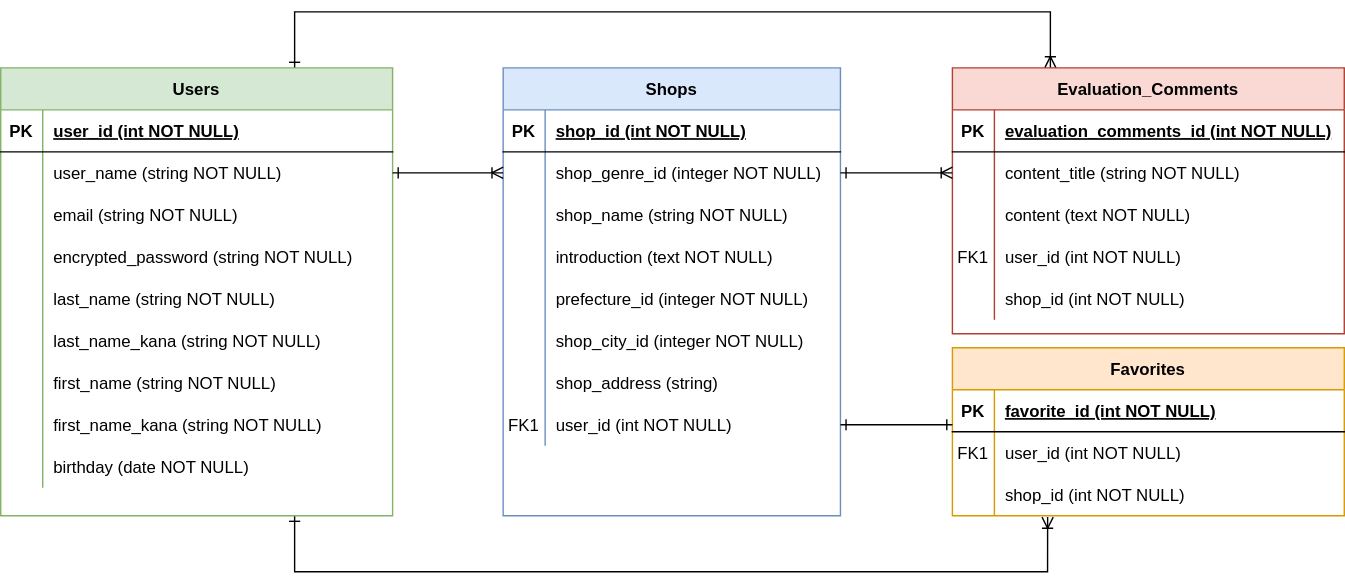
Before: osakawalker_er.drawio.svg, a diagram exported from draw.io (hso-sue/osakawalker). Source tidied: cells renumbered, new cells last; positions are measured from the earlier drawing's top-left corner, leaving out a move shared by most shapes.
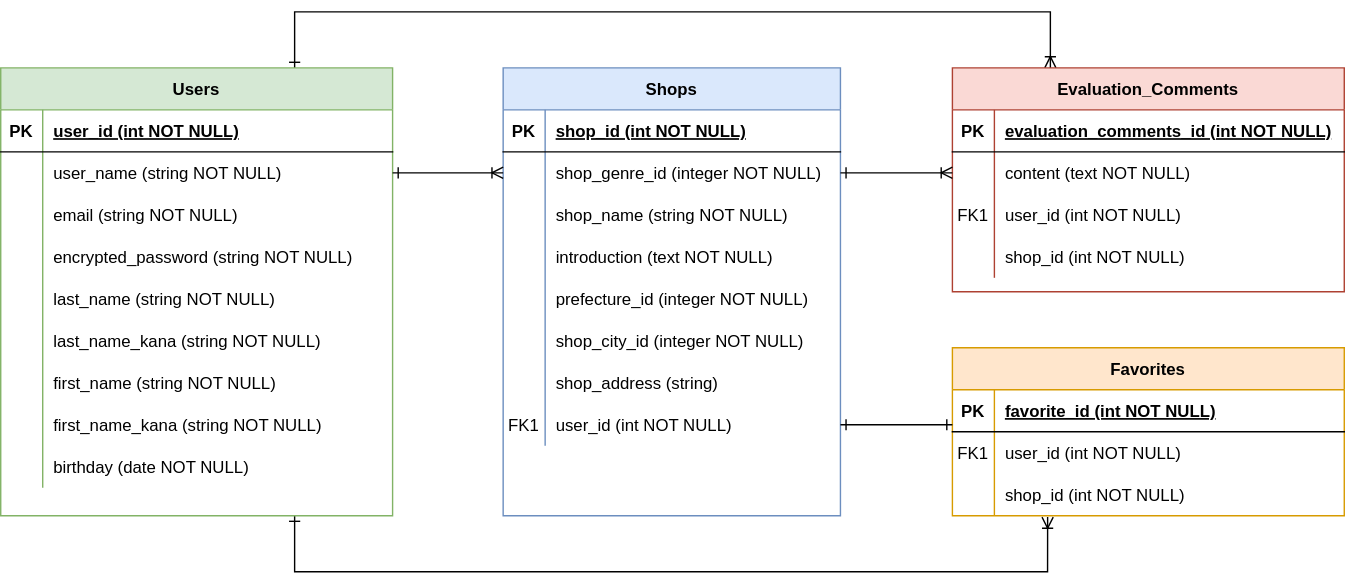
The same diagram one commit later.

The edit, as a diff of the source:
```diff
@@ -208,7 +208,7 @@
       <mxGeometry x="30" width="250" height="30" as="geometry" />
     </mxCell>
     <mxCell id="67" value="Evaluation_Comments" style="shape=table;startSize=30;rowLines=0;fontStyle=1;align=center;fillColor=#fad9d5;strokeColor=#ae4132;fontColor=#000000;" parent="1" vertex="1">
-      <mxGeometry x="680" y="40" width="280" height="190" as="geometry" />
+      <mxGeometry x="680" y="40" width="280" height="160" as="geometry" />
     </mxCell>
     <mxCell id="68" style="shape=partialRectangle;fillColor=none;top=0;left=0;right=0;bottom=1;" parent="67" vertex="1">
       <mxGeometry y="30" width="280" height="30" as="geometry" />
@@ -225,20 +225,11 @@
     <mxCell id="72" style="shape=partialRectangle;overflow=hidden;fillColor=none;top=0;left=0;bottom=0;right=0;" parent="71" vertex="1">
       <mxGeometry width="30" height="30" as="geometry" />
     </mxCell>
-    <mxCell id="73" value="content_title (string NOT NULL)" style="shape=partialRectangle;overflow=hidden;fillColor=none;top=0;left=0;bottom=0;right=0;align=left;spacingLeft=6;" parent="71" vertex="1">
+    <mxCell id="73" value="content (text NOT NULL)" style="shape=partialRectangle;overflow=hidden;fillColor=none;top=0;left=0;bottom=0;right=0;align=left;spacingLeft=6;" parent="71" vertex="1">
       <mxGeometry x="30" width="250" height="30" as="geometry" />
     </mxCell>
-    <mxCell id="74" style="shape=partialRectangle;fillColor=none;top=0;left=0;right=0;bottom=0;" parent="67" vertex="1">
-      <mxGeometry y="90" width="280" height="30" as="geometry" />
-    </mxCell>
-    <mxCell id="75" style="shape=partialRectangle;overflow=hidden;fillColor=none;top=0;left=0;bottom=0;right=0;" parent="74" vertex="1">
-      <mxGeometry width="30" height="30" as="geometry" />
-    </mxCell>
-    <mxCell id="76" value="content (text NOT NULL)" style="shape=partialRectangle;overflow=hidden;fillColor=none;top=0;left=0;bottom=0;right=0;align=left;spacingLeft=6;" parent="74" vertex="1">
-      <mxGeometry x="30" width="250" height="30" as="geometry" />
-    </mxCell>
     <mxCell id="77" style="shape=partialRectangle;fillColor=none;top=0;left=0;right=0;bottom=0;" parent="67" vertex="1">
-      <mxGeometry y="120" width="280" height="30" as="geometry" />
+      <mxGeometry y="90" width="280" height="30" as="geometry" />
     </mxCell>
     <mxCell id="78" value="FK1" style="shape=partialRectangle;overflow=hidden;fillColor=none;top=0;left=0;bottom=0;right=0;" parent="77" vertex="1">
       <mxGeometry width="30" height="30" as="geometry" />
@@ -247,7 +238,7 @@
       <mxGeometry x="30" width="250" height="30" as="geometry" />
     </mxCell>
     <mxCell id="80" style="shape=partialRectangle;fillColor=none;top=0;left=0;right=0;bottom=0;" parent="67" vertex="1">
-      <mxGeometry y="150" width="280" height="30" as="geometry" />
+      <mxGeometry y="120" width="280" height="30" as="geometry" />
     </mxCell>
     <mxCell id="81" style="shape=partialRectangle;overflow=hidden;fillColor=none;top=0;left=0;bottom=0;right=0;" parent="80" vertex="1">
       <mxGeometry width="30" height="30" as="geometry" />
```
